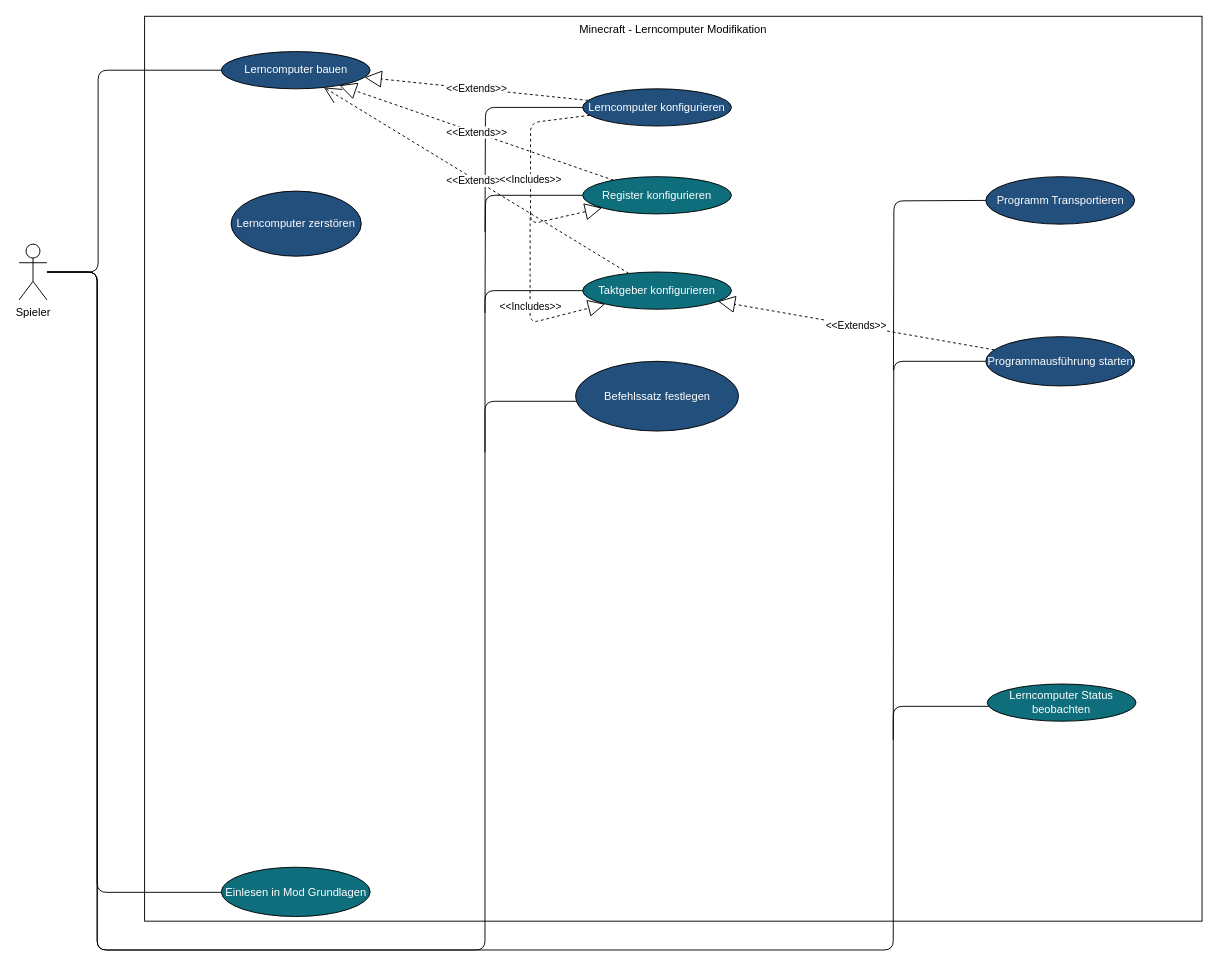
Earlier version of the draw.io diagram World.drawio (LundiNord/RISCJ-Diagramms). Source tidied: cells renumbered, new cells numbered last; positions are measured from the earlier drawing's top-left corner, leaving out a move shared by most shapes. Both pictures are drawn from the tidied source at 93%, with x=0, y=0 at pixel (19, 16).
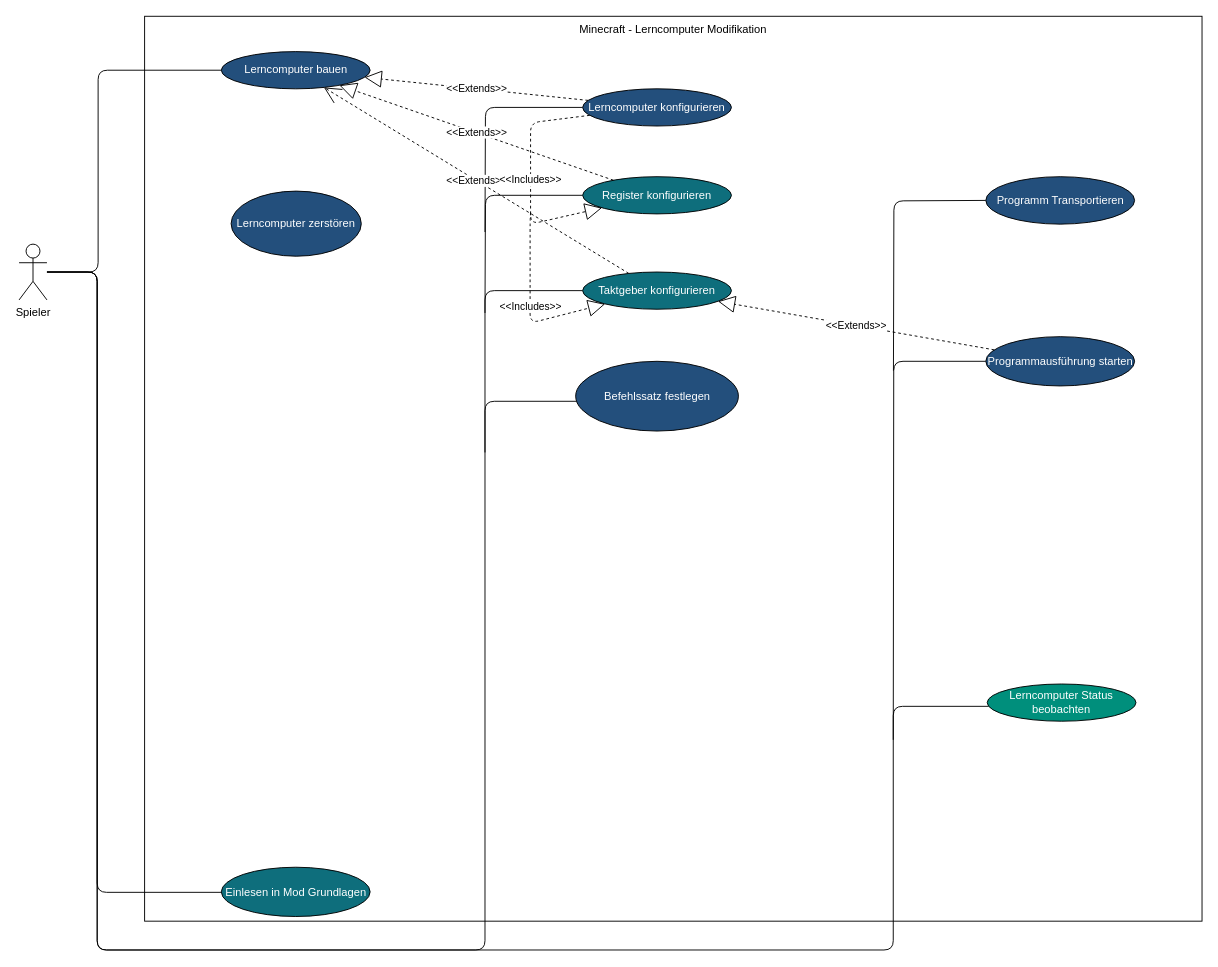
After the change.

Commit message:
World.drawio aktualisiert - Goggles Farbe Korrigiert

Diff of the diagram source:
```diff
@@
-    <mxCell id="17" value="Lerncomputer Status beobachten" style="ellipse;whiteSpace=wrap;html=1;fillColor=#0e6e7c;fontColor=#FFFFFF;" parent="1" vertex="1">
+    <mxCell id="17" value="Lerncomputer Status beobachten" style="ellipse;whiteSpace=wrap;html=1;fillColor=#008f7c;fontColor=#FFFFFF;" parent="1" vertex="1">
       <mxGeometry x="1041" y="718" width="160" height="40" as="geometry" />
     </mxCell>
```
